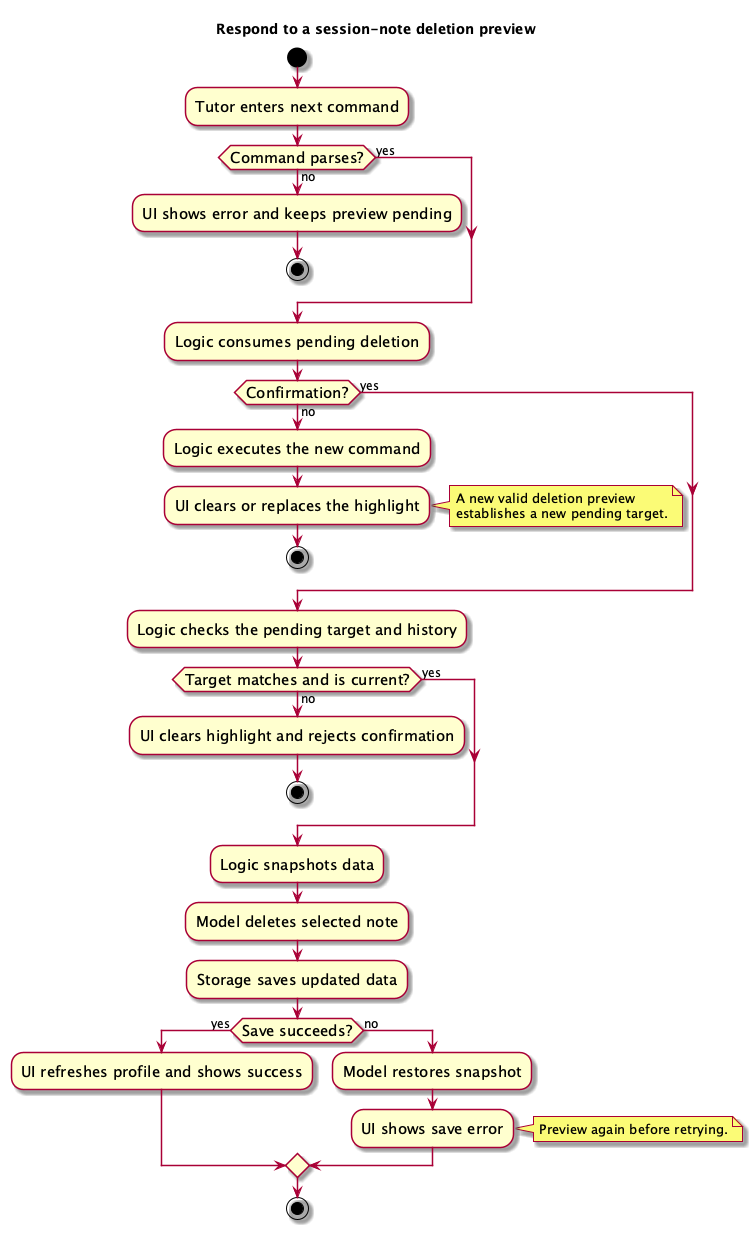
Earlier version of the PlantUML export docs/images/DeleteSessionNoteConfirmationActivityDiagram.png (AY2627S1-CS2103T-F09-1/tp).
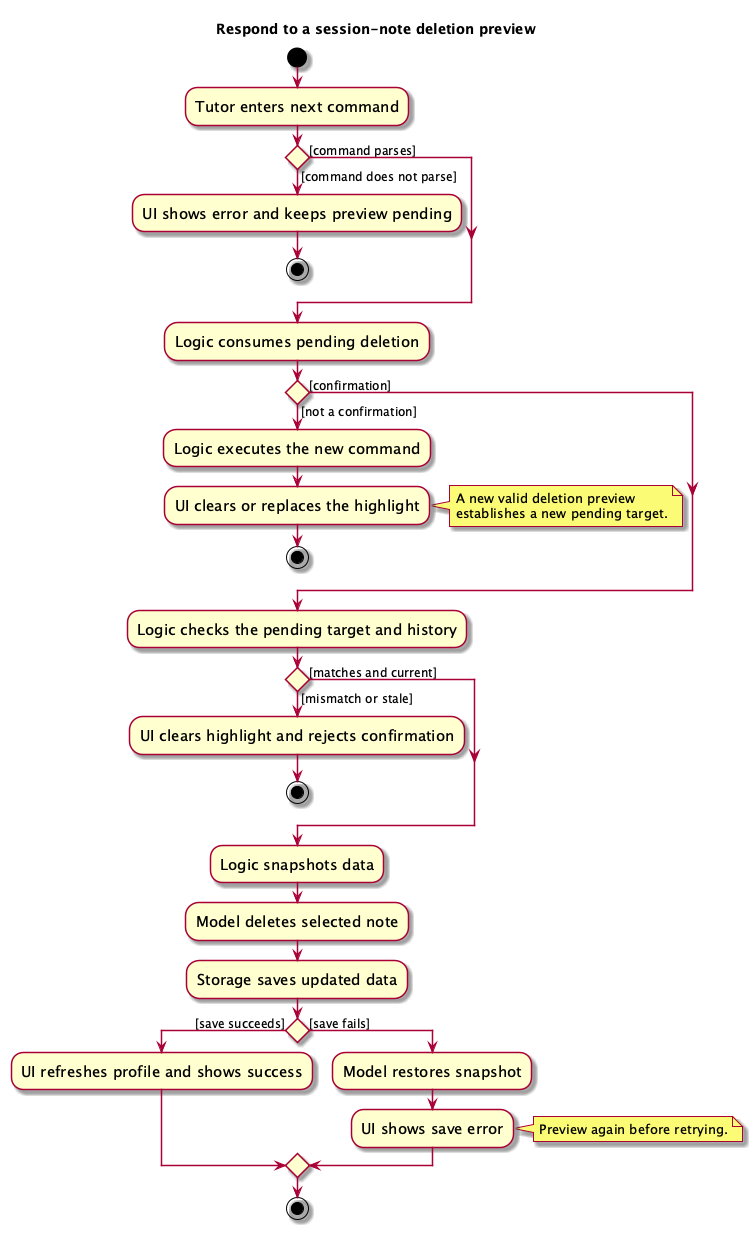
The same diagram one commit later.

Commit message:
Correct note confirmation decision notation

The edit, as a diff of the source:
```diff
@@ -6,13 +6,13 @@
 
 start
 :Tutor enters next command;
-if (Command parses?) then (no)
+if () then ([command does not parse])
   :UI shows error and keeps preview pending;
   stop
-else (yes)
+else ([command parses])
 endif
 :Logic consumes pending deletion;
-if (Confirmation?) then (no)
+if () then ([not a confirmation])
   :Logic executes the new command;
   :UI clears or replaces the highlight;
   note right
@@ -20,20 +20,20 @@
     establishes a new pending target.
   end note
   stop
-else (yes)
+else ([confirmation])
 endif
 :Logic checks the pending target and history;
-if (Target matches and is current?) then (no)
+if () then ([mismatch or stale])
   :UI clears highlight and rejects confirmation;
   stop
-else (yes)
+else ([matches and current])
 endif
 :Logic snapshots data;
 :Model deletes selected note;
 :Storage saves updated data;
-if (Save succeeds?) then (yes)
+if () then ([save succeeds])
   :UI refreshes profile and shows success;
-else (no)
+else ([save fails])
   :Model restores snapshot;
   :UI shows save error;
   note right
```
